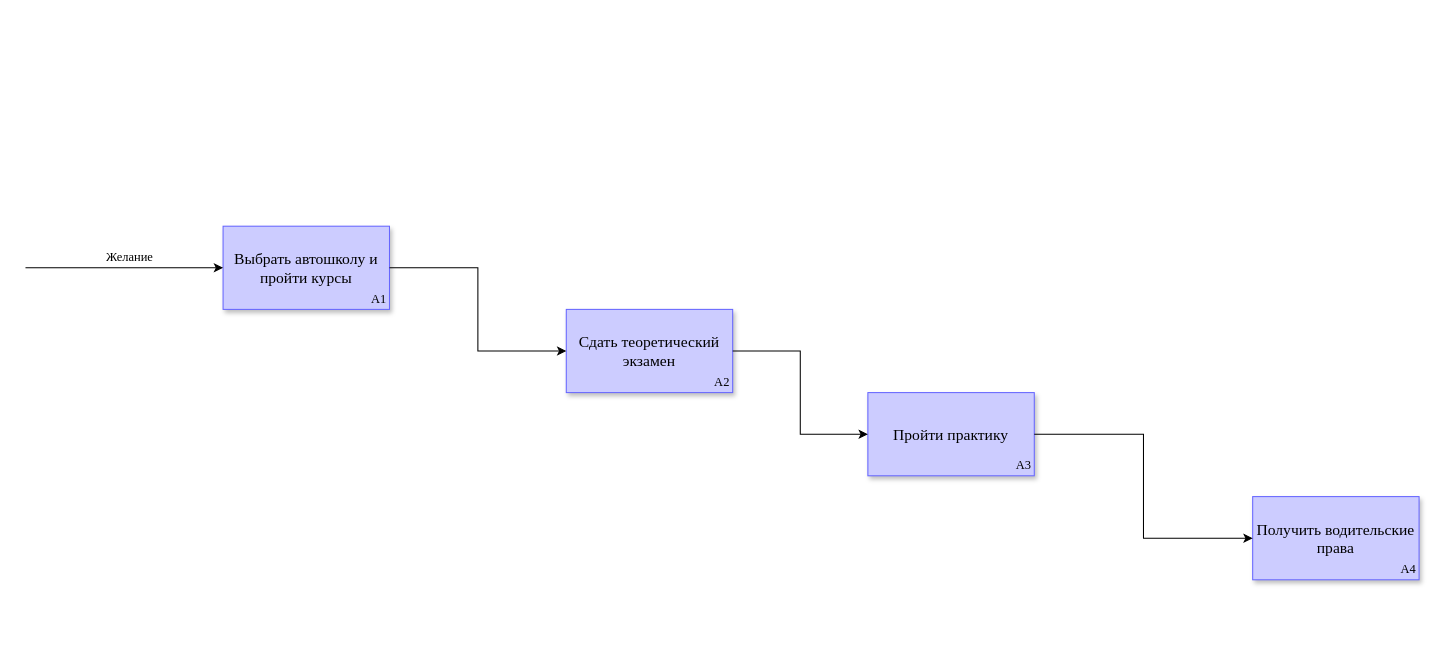
The draw.io diagram page "Получение водительских прав" (2 of 2) of Диаграмма задания.drawio in Karidess/Idef_diagramma, before the edit. Source tidied: cells renumbered, new cells numbered last; positions are measured from the earlier drawing's top-left corner, leaving out a move shared by most shapes. Both pictures are drawn from the tidied source at 104%, with x=0, y=0 at pixel (25, 226).
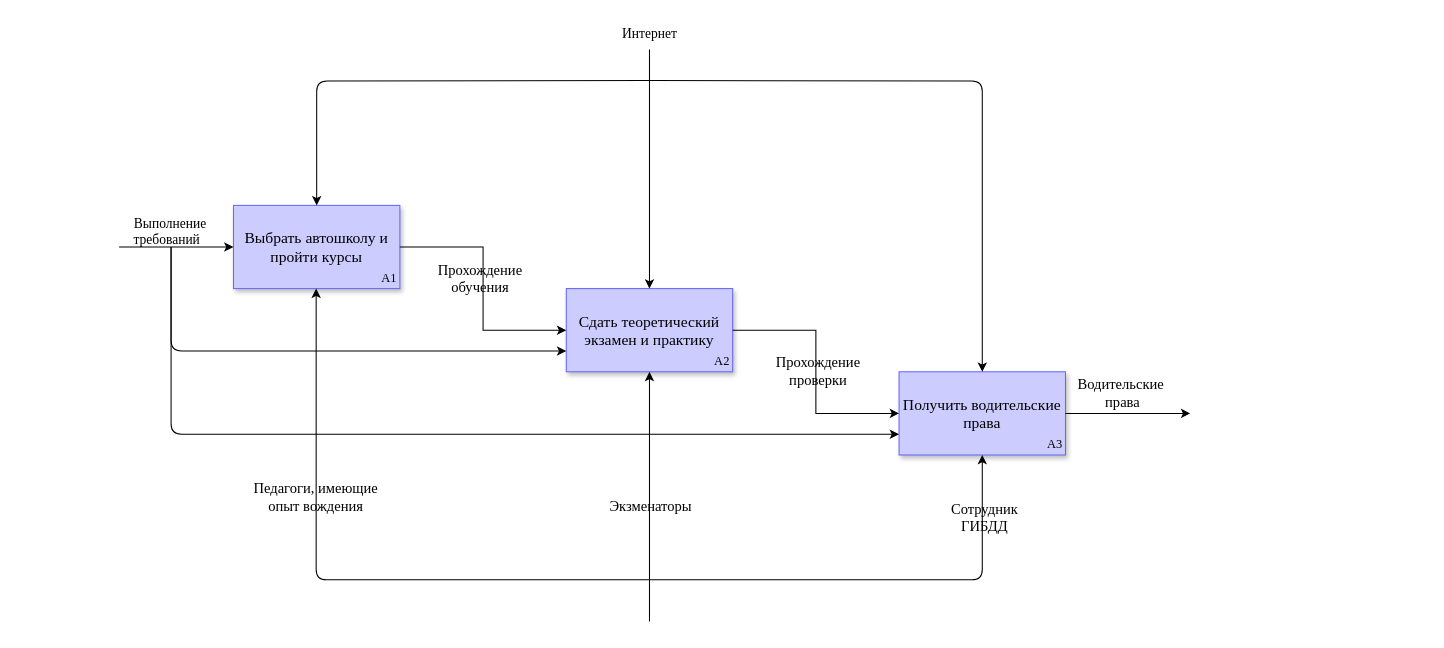
The same page after the edit.

Unchanged cells that the change refers to:
```xml
<mxCell id="6" style="endArrow=classic;html=1;rounded=0;exitX=1;exitY=0.5;exitDx=0;exitDy=0;entryX=0;entryY=0.5;entryDx=0;entryDy=0;edgeStyle=orthogonalEdgeStyle;fontFamily=Times New Roman;" parent="1" edge="1" source="2" target="3">
  <mxGeometry relative="1" as="geometry" />
</mxCell>
<mxCell id="7" style="endArrow=classic;html=1;rounded=0;exitX=1;exitY=0.5;exitDx=0;exitDy=0;entryX=0;entryY=0.5;entryDx=0;entryDy=0;edgeStyle=orthogonalEdgeStyle;fontFamily=Times New Roman;" parent="1" edge="1" source="3" target="4">
  <mxGeometry relative="1" as="geometry" />
</mxCell>
```

The edit, as a diff of the source:
```diff
@@
     <mxCell id="2" value="Выбрать автошколу и пройти курсы" style="rounded=0;whiteSpace=wrap;html=1;labelBackgroundColor=none;fontFamily=Times New Roman;fontSize=15;fillColor=#CCCCFF;strokeColor=#6666FF;sketch=0;shadow=1;" parent="1" vertex="1">
-      <mxGeometry x="190" width="160" height="80" as="geometry" />
+      <mxGeometry x="200" y="-20" width="160" height="80" as="geometry" />
     </mxCell>
-    <mxCell id="3" value="Сдать теоретический экзамен" style="rounded=0;whiteSpace=wrap;html=1;labelBackgroundColor=none;fontFamily=Times New Roman;fontSize=15;fillColor=#CCCCFF;strokeColor=#6666FF;sketch=0;shadow=1;" parent="1" vertex="1">
-      <mxGeometry x="520" y="80" width="160" height="80" as="geometry" />
+    <mxCell id="3" value="Сдать теоретический экзамен и практику" style="rounded=0;whiteSpace=wrap;html=1;labelBackgroundColor=none;fontFamily=Times New Roman;fontSize=15;fillColor=#CCCCFF;strokeColor=#6666FF;sketch=0;shadow=1;" parent="1" vertex="1">
+      <mxGeometry x="520" y="60" width="160" height="80" as="geometry" />
     </mxCell>
-    <mxCell id="4" value="Пройти практику" style="rounded=0;whiteSpace=wrap;html=1;labelBackgroundColor=none;fontFamily=Times New Roman;fontSize=15;fillColor=#CCCCFF;strokeColor=#6666FF;sketch=0;shadow=1;" parent="1" vertex="1">
-      <mxGeometry x="810" y="160" width="160" height="80" as="geometry" />
+    <mxCell id="4" value="Получить водительские права" style="rounded=0;whiteSpace=wrap;html=1;labelBackgroundColor=none;fontFamily=Times New Roman;fontSize=15;fillColor=#CCCCFF;strokeColor=#6666FF;sketch=0;shadow=1;" parent="1" vertex="1">
+      <mxGeometry x="840" y="140" width="160" height="80" as="geometry" />
     </mxCell>
-    <mxCell id="5" value="Получить водительские права" style="rounded=0;whiteSpace=wrap;html=1;labelBackgroundColor=none;fontFamily=Times New Roman;fontSize=15;fillColor=#CCCCFF;strokeColor=#6666FF;sketch=0;shadow=1;" parent="1" vertex="1">
-      <mxGeometry x="1180" y="260" width="160" height="80" as="geometry" />
-    </mxCell>
@@
+    <mxCell id="15" value="Прохождение&lt;br&gt;обучения" style="edgeLabel;html=1;align=center;verticalAlign=middle;fontSize=14;fontFamily=Times New Roman;labelBackgroundColor=none;" parent="6" vertex="1">
+      <mxGeometry x="-0.22" y="-4" relative="1" as="geometry">
+        <mxPoint y="16" as="offset" />
+      </mxGeometry>
+    </mxCell>
@@
-    <mxCell id="8" style="endArrow=classic;html=1;rounded=0;exitX=1;exitY=0.5;exitDx=0;exitDy=0;entryX=0;entryY=0.5;entryDx=0;entryDy=0;edgeStyle=orthogonalEdgeStyle;fontFamily=Times New Roman;" parent="1" edge="1" source="4" target="5">
-      <mxGeometry relative="1" as="geometry" />
-    </mxCell>
+    <mxCell id="16" value="Прохождение &lt;br&gt;проверки" style="edgeLabel;html=1;align=center;verticalAlign=middle;fontSize=14;fontFamily=Times New Roman;labelBackgroundColor=none;" parent="7" vertex="1">
+      <mxGeometry x="-0.14" y="1" relative="1" as="geometry">
+        <mxPoint y="16" as="offset" />
+      </mxGeometry>
+    </mxCell>
     <mxCell id="9" style="endArrow=classic;html=1;rounded=0;entryX=0;entryY=0.5;entryDx=0;entryDy=0;fontFamily=Times New Roman;" parent="1" edge="1" target="2">
       <mxGeometry relative="1" as="geometry">
-        <mxPoint y="40" as="sourcePoint" />
+        <mxPoint x="90" y="20" as="sourcePoint" />
       </mxGeometry>
     </mxCell>
-    <mxCell id="10" value="Желание" style="text;html=1;align=center;verticalAlign=middle;strokeColor=none;fillColor=none;fontFamily=Times New Roman;" parent="1" vertex="1">
-      <mxGeometry x="65" y="15" width="70" height="30" as="geometry" />
+    <mxCell id="10" value="Выполнение &lt;br style=&quot;font-size: 13px;&quot;&gt;требований&amp;nbsp;&amp;nbsp;" style="text;html=1;align=center;verticalAlign=middle;strokeColor=none;fillColor=none;fontFamily=Times New Roman;fontSize=13;" parent="1" vertex="1">
+      <mxGeometry x="94" y="-15" width="90" height="40" as="geometry" />
     </mxCell>
     <mxCell id="11" value="A1" style="text;html=1;strokeColor=none;fillColor=none;align=center;verticalAlign=middle;whiteSpace=wrap;rounded=0;fontFamily=Times New Roman;" parent="1" vertex="1">
-      <mxGeometry x="330" y="60" width="20" height="20" as="geometry" />
+      <mxGeometry x="340" y="40" width="20" height="20" as="geometry" />
     </mxCell>
     <mxCell id="12" value="A2" style="text;html=1;strokeColor=none;fillColor=none;align=center;verticalAlign=middle;whiteSpace=wrap;rounded=0;fontFamily=Times New Roman;" parent="1" vertex="1">
-      <mxGeometry x="660" y="140" width="20" height="20" as="geometry" />
+      <mxGeometry x="660" y="120" width="20" height="20" as="geometry" />
     </mxCell>
+    <mxCell id="17" style="endArrow=classic;html=1;rounded=1;entryX=0.5;entryY=0;entryDx=0;entryDy=0;fontFamily=Times New Roman;edgeStyle=orthogonalEdgeStyle;" parent="1" edge="1" target="2">
+      <mxGeometry relative="1" as="geometry">
+        <mxPoint x="600" y="-140" as="sourcePoint" />
+      </mxGeometry>
+    </mxCell>
+    <mxCell id="18" style="endArrow=classic;html=1;rounded=0;entryX=0.5;entryY=1;entryDx=0;entryDy=0;fontFamily=Times New Roman;" parent="1" edge="1" target="3">
+      <mxGeometry relative="1" as="geometry">
+        <mxPoint x="600" y="380" as="sourcePoint" />
+      </mxGeometry>
+    </mxCell>
+    <mxCell id="19" value="Экзменаторы" style="edgeLabel;html=1;align=center;verticalAlign=middle;labelBackgroundColor=none;fontFamily=Times New Roman;fontSize=14;" parent="18" vertex="1">
+      <mxGeometry x="-0.14" y="2" relative="1" as="geometry">
+        <mxPoint x="2" y="-8" as="offset" />
+      </mxGeometry>
+    </mxCell>
+    <mxCell id="20" style="endArrow=classic;html=1;rounded=1;entryX=0.5;entryY=1;entryDx=0;entryDy=0;fontFamily=Times New Roman;edgeStyle=orthogonalEdgeStyle;" parent="1" edge="1" target="4">
+      <mxGeometry relative="1" as="geometry">
+        <mxPoint x="600" y="340" as="sourcePoint" />
+        <Array as="points">
+          <mxPoint x="600" y="340" />
+          <mxPoint x="920" y="340" />
+        </Array>
+      </mxGeometry>
+    </mxCell>
+    <mxCell id="21" value="Сотрудник &lt;br&gt;ГИБДД" style="edgeLabel;html=1;align=center;verticalAlign=middle;labelBackgroundColor=none;fontFamily=Times New Roman;fontSize=14;" parent="20" vertex="1">
+      <mxGeometry x="-0.14" y="2" relative="1" as="geometry">
+        <mxPoint x="132" y="-58" as="offset" />
+      </mxGeometry>
+    </mxCell>
+    <mxCell id="22" style="endArrow=classic;html=1;rounded=1;entryX=0.5;entryY=1;entryDx=0;entryDy=0;fontFamily=Times New Roman;edgeStyle=orthogonalEdgeStyle;" parent="1" edge="1">
+      <mxGeometry relative="1" as="geometry">
+        <mxPoint x="600" y="340" as="sourcePoint" />
+        <mxPoint x="279.5" y="60" as="targetPoint" />
+        <Array as="points">
+          <mxPoint x="600" y="340" />
+          <mxPoint x="279" y="340" />
+        </Array>
+      </mxGeometry>
+    </mxCell>
+    <mxCell id="23" value="Педагоги, имеющие &lt;br style=&quot;font-size: 14px;&quot;&gt;опыт вождения" style="edgeLabel;html=1;align=center;verticalAlign=middle;labelBackgroundColor=none;fontFamily=Times New Roman;fontSize=14;" parent="22" vertex="1">
+      <mxGeometry x="-0.14" y="2" relative="1" as="geometry">
+        <mxPoint x="-64" y="-82" as="offset" />
+      </mxGeometry>
+    </mxCell>
+    <mxCell id="24" style="endArrow=classic;html=1;rounded=0;fontFamily=Times New Roman;fontSize=14;exitX=1;exitY=0.5;exitDx=0;exitDy=0;" parent="1" edge="1" source="4">
+      <mxGeometry relative="1" as="geometry">
+        <mxPoint x="1120" y="180" as="targetPoint" />
+      </mxGeometry>
+    </mxCell>
+    <mxCell id="25" value="Водительские&lt;br&gt;&amp;nbsp;права" style="edgeLabel;html=1;align=center;verticalAlign=middle;fontSize=14;fontFamily=Times New Roman;labelBackgroundColor=none;" parent="24" vertex="1">
+      <mxGeometry x="-0.14" y="1" relative="1" as="geometry">
+        <mxPoint y="-19" as="offset" />
+      </mxGeometry>
+    </mxCell>
+    <mxCell id="26" style="endArrow=classic;html=1;rounded=1;fontFamily=Times New Roman;fontSize=14;entryX=0;entryY=0.75;entryDx=0;entryDy=0;edgeStyle=orthogonalEdgeStyle;elbow=vertical;" parent="1" edge="1" target="3">
+      <mxGeometry relative="1" as="geometry">
+        <mxPoint x="140" y="20" as="sourcePoint" />
+        <Array as="points">
+          <mxPoint x="140" y="20" />
+          <mxPoint x="140" y="120" />
+        </Array>
+      </mxGeometry>
+    </mxCell>
+    <mxCell id="27" style="endArrow=classic;html=1;rounded=1;fontFamily=Times New Roman;fontSize=14;entryX=0;entryY=0.75;entryDx=0;entryDy=0;edgeStyle=orthogonalEdgeStyle;elbow=vertical;" parent="1" edge="1" target="4">
+      <mxGeometry relative="1" as="geometry">
+        <mxPoint x="140" y="20" as="sourcePoint" />
+        <Array as="points">
+          <mxPoint x="140" y="20" />
+          <mxPoint x="140" y="200" />
+        </Array>
+      </mxGeometry>
+    </mxCell>
+    <mxCell id="28" style="endArrow=classic;html=1;rounded=1;fontFamily=Times New Roman;fontSize=14;elbow=vertical;entryX=0.5;entryY=0;entryDx=0;entryDy=0;" parent="1" edge="1" target="3">
+      <mxGeometry relative="1" as="geometry">
+        <mxPoint x="600" y="-170" as="sourcePoint" />
+      </mxGeometry>
+    </mxCell>
+    <mxCell id="29" style="endArrow=classic;html=1;rounded=1;fontFamily=Times New Roman;fontSize=14;elbow=vertical;entryX=0.5;entryY=0;entryDx=0;entryDy=0;edgeStyle=orthogonalEdgeStyle;" parent="1" edge="1" target="4">
+      <mxGeometry relative="1" as="geometry">
+        <mxPoint x="600" y="-140" as="sourcePoint" />
+      </mxGeometry>
+    </mxCell>
+    <mxCell id="30" value="Интернет" style="text;html=1;align=center;verticalAlign=middle;strokeColor=none;fillColor=none;fontSize=13;fontFamily=Times New Roman;" parent="1" vertex="1">
+      <mxGeometry x="560" y="-200" width="80" height="30" as="geometry" />
+    </mxCell>
     <mxCell id="13" value="A3" style="text;html=1;strokeColor=none;fillColor=none;align=center;verticalAlign=middle;whiteSpace=wrap;rounded=0;fontFamily=Times New Roman;" parent="1" vertex="1">
-      <mxGeometry x="950" y="220" width="20" height="20" as="geometry" />
+      <mxGeometry x="980" y="200" width="20" height="20" as="geometry" />
     </mxCell>
-    <mxCell id="14" value="A4" style="text;html=1;strokeColor=none;fillColor=none;align=center;verticalAlign=middle;whiteSpace=wrap;rounded=0;fontFamily=Times New Roman;" parent="1" vertex="1">
-      <mxGeometry x="1320" y="320" width="20" height="20" as="geometry" />
-    </mxCell>
```
